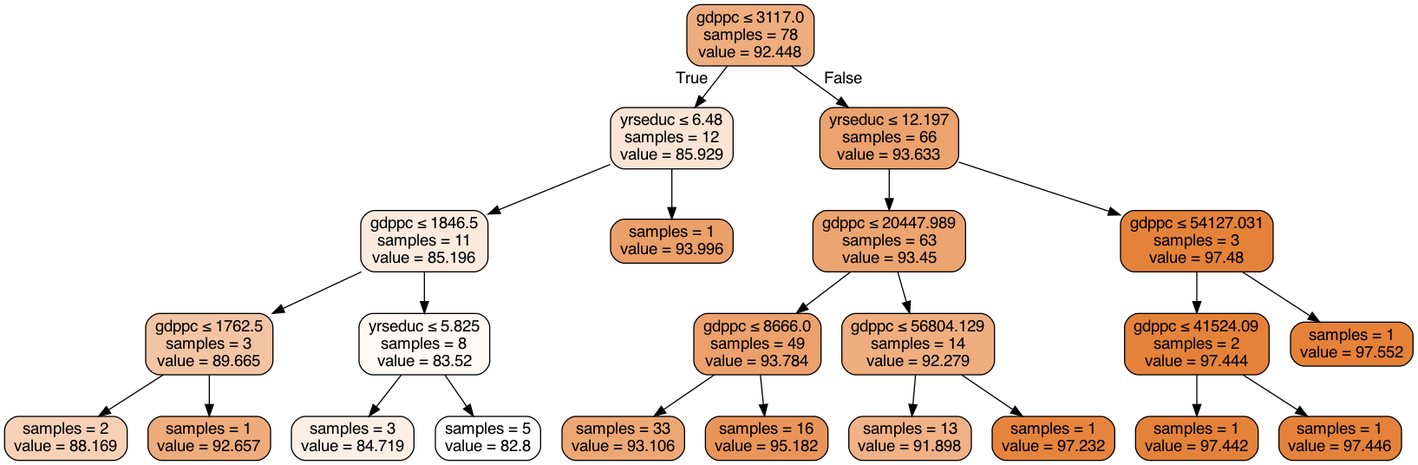
briellebush3/cse163project keeps this Graphviz diagram as tree.gv.png. Above is the earlier version. Its source is kept beside it as tree.gv.
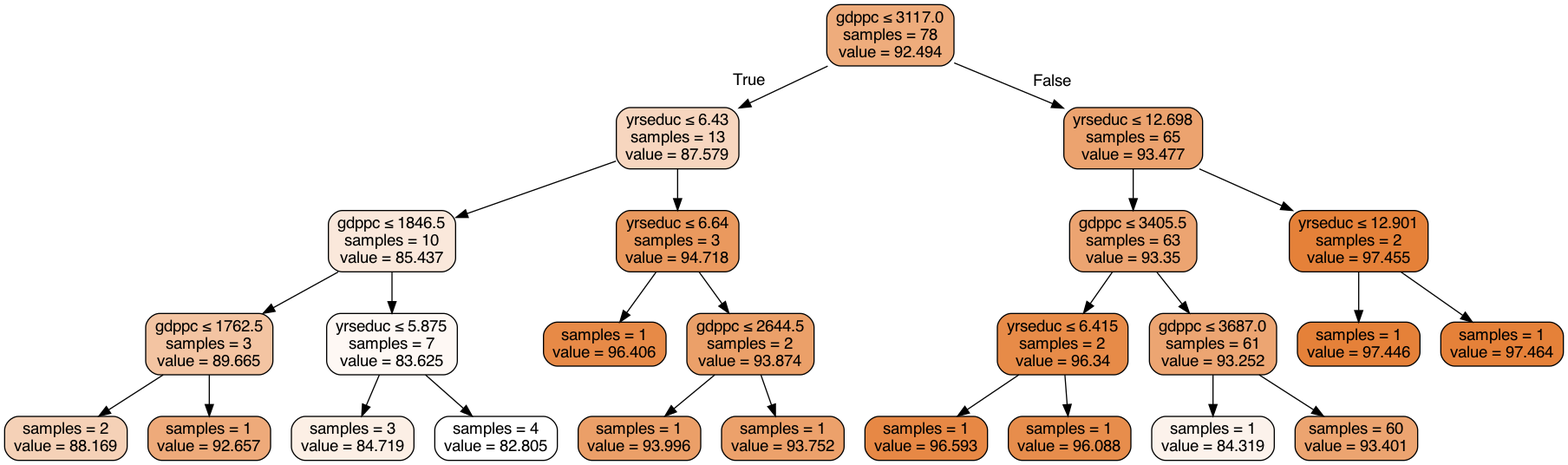
Above is the later version.

What changed in the source:
```diff
@@ -1,49 +1,53 @@
 digraph Tree {
 node [shape=box, style="filled, rounded", color="black", fontname="helvetica"] ;
 edge [fontname="helvetica"] ;
-0 [label=<gdppc &le; 3117.0<br/>samples = 78<br/>value = 92.448>, fillcolor="#eead7e"] ;
-1 [label=<yrseduc &le; 6.48<br/>samples = 12<br/>value = 85.929>, fillcolor="#f9e4d5"] ;
+0 [label=<gdppc &le; 3117.0<br/>samples = 78<br/>value = 92.494>, fillcolor="#eeac7c"] ;
+1 [label=<yrseduc &le; 6.43<br/>samples = 13<br/>value = 87.579>, fillcolor="#f7d6bf"] ;
 0 -> 1 [labeldistance=2.5, labelangle=45, headlabel="True"] ;
-2 [label=<gdppc &le; 1846.5<br/>samples = 11<br/>value = 85.196>, fillcolor="#fbebdf"] ;
+2 [label=<gdppc &le; 1846.5<br/>samples = 10<br/>value = 85.437>, fillcolor="#fae8db"] ;
 1 -> 2 ;
-3 [label=<gdppc &le; 1762.5<br/>samples = 3<br/>value = 89.665>, fillcolor="#f3c4a3"] ;
+3 [label=<gdppc &le; 1762.5<br/>samples = 3<br/>value = 89.665>, fillcolor="#f3c4a2"] ;
 2 -> 3 ;
-4 [label=<samples = 2<br/>value = 88.169>, fillcolor="#f6d1b7"] ;
+4 [label=<samples = 2<br/>value = 88.169>, fillcolor="#f5d1b7"] ;
 3 -> 4 ;
-5 [label=<samples = 1<br/>value = 92.657>, fillcolor="#eeab7b"] ;
+5 [label=<samples = 1<br/>value = 92.657>, fillcolor="#eeaa7a"] ;
 3 -> 5 ;
-6 [label=<yrseduc &le; 5.825<br/>samples = 8<br/>value = 83.52>, fillcolor="#fef9f5"] ;
+6 [label=<yrseduc &le; 5.875<br/>samples = 7<br/>value = 83.625>, fillcolor="#fef8f4"] ;
 2 -> 6 ;
 7 [label=<samples = 3<br/>value = 84.719>, fillcolor="#fcefe5"] ;
 6 -> 7 ;
-8 [label=<samples = 5<br/>value = 82.8>, fillcolor="#ffffff"] ;
+8 [label=<samples = 4<br/>value = 82.805>, fillcolor="#ffffff"] ;
 6 -> 8 ;
-9 [label=<samples = 1<br/>value = 93.996>, fillcolor="#eb9f69"] ;
+9 [label=<yrseduc &le; 6.64<br/>samples = 3<br/>value = 94.718>, fillcolor="#ea995e"] ;
 1 -> 9 ;
-10 [label=<yrseduc &le; 12.197<br/>samples = 66<br/>value = 93.633>, fillcolor="#eca26e"] ;
-0 -> 10 [labeldistance=2.5, labelangle=-45, headlabel="False"] ;
-11 [label=<gdppc &le; 20447.989<br/>samples = 63<br/>value = 93.45>, fillcolor="#eca470"] ;
-10 -> 11 ;
-12 [label=<gdppc &le; 8666.0<br/>samples = 49<br/>value = 93.784>, fillcolor="#eca16c"] ;
+10 [label=<samples = 1<br/>value = 96.406>, fillcolor="#e78a47"] ;
+9 -> 10 ;
+11 [label=<gdppc &le; 2644.5<br/>samples = 2<br/>value = 93.874>, fillcolor="#eba069"] ;
+9 -> 11 ;
+12 [label=<samples = 1<br/>value = 93.996>, fillcolor="#eb9f68"] ;
 11 -> 12 ;
-13 [label=<samples = 33<br/>value = 93.106>, fillcolor="#eda775"] ;
-12 -> 13 ;
-14 [label=<samples = 16<br/>value = 95.182>, fillcolor="#e99559"] ;
-12 -> 14 ;
-15 [label=<gdppc &le; 56804.129<br/>samples = 14<br/>value = 92.279>, fillcolor="#eeae80"] ;
-11 -> 15 ;
-16 [label=<samples = 13<br/>value = 91.898>, fillcolor="#efb185"] ;
+13 [label=<samples = 1<br/>value = 93.752>, fillcolor="#eca16b"] ;
+11 -> 13 ;
+14 [label=<yrseduc &le; 12.698<br/>samples = 65<br/>value = 93.477>, fillcolor="#eca36f"] ;
+0 -> 14 [labeldistance=2.5, labelangle=-45, headlabel="False"] ;
+15 [label=<gdppc &le; 3405.5<br/>samples = 63<br/>value = 93.35>, fillcolor="#eca471"] ;
+14 -> 15 ;
+16 [label=<yrseduc &le; 6.415<br/>samples = 2<br/>value = 96.34>, fillcolor="#e78b48"] ;
 15 -> 16 ;
-17 [label=<samples = 1<br/>value = 97.232>, fillcolor="#e6843d"] ;
-15 -> 17 ;
-18 [label=<gdppc &le; 54127.031<br/>samples = 3<br/>value = 97.48>, fillcolor="#e5823a"] ;
-10 -> 18 ;
-19 [label=<gdppc &le; 41524.09<br/>samples = 2<br/>value = 97.444>, fillcolor="#e5823a"] ;
-18 -> 19 ;
-20 [label=<samples = 1<br/>value = 97.442>, fillcolor="#e5823a"] ;
+17 [label=<samples = 1<br/>value = 96.593>, fillcolor="#e78845"] ;
+16 -> 17 ;
+18 [label=<samples = 1<br/>value = 96.088>, fillcolor="#e78d4c"] ;
+16 -> 18 ;
+19 [label=<gdppc &le; 3687.0<br/>samples = 61<br/>value = 93.252>, fillcolor="#eca572"] ;
+15 -> 19 ;
+20 [label=<samples = 1<br/>value = 84.319>, fillcolor="#fcf2eb"] ;
 19 -> 20 ;
-21 [label=<samples = 1<br/>value = 97.446>, fillcolor="#e5823a"] ;
+21 [label=<samples = 60<br/>value = 93.401>, fillcolor="#eca470"] ;
 19 -> 21 ;
-22 [label=<samples = 1<br/>value = 97.552>, fillcolor="#e58139"] ;
-18 -> 22 ;
+22 [label=<yrseduc &le; 12.901<br/>samples = 2<br/>value = 97.455>, fillcolor="#e58139"] ;
+14 -> 22 ;
+23 [label=<samples = 1<br/>value = 97.446>, fillcolor="#e58139"] ;
+22 -> 23 ;
+24 [label=<samples = 1<br/>value = 97.464>, fillcolor="#e58139"] ;
+22 -> 24 ;
 }
```
